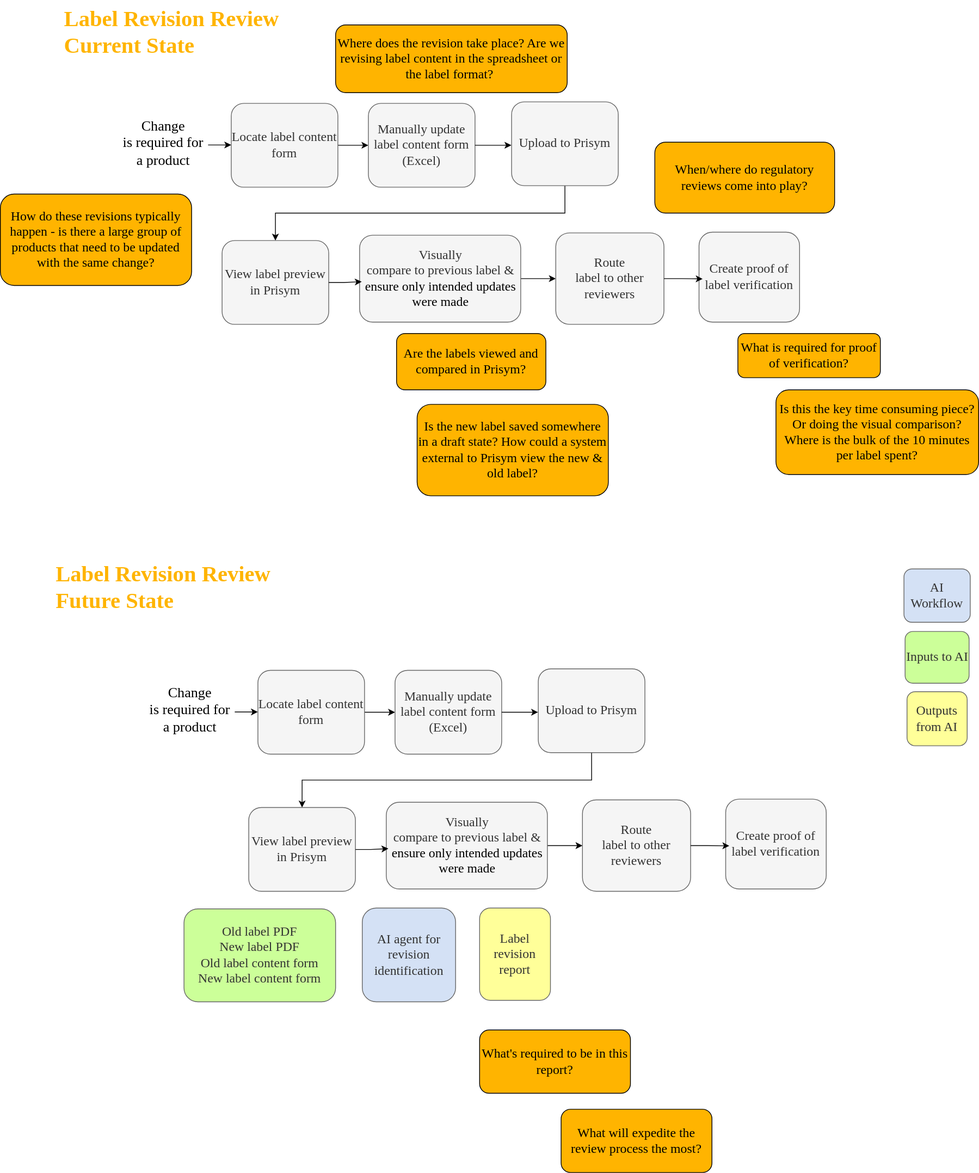
Before: raw/Ortho Labeling Workflows.drawio.svg, a diagram exported from draw.io (keewonhong-slalom/StrykerFDE-Ortho). Source tidied: cells renumbered, new cells last; positions are measured from the earlier drawing's top-left corner, leaving out a move shared by most shapes.
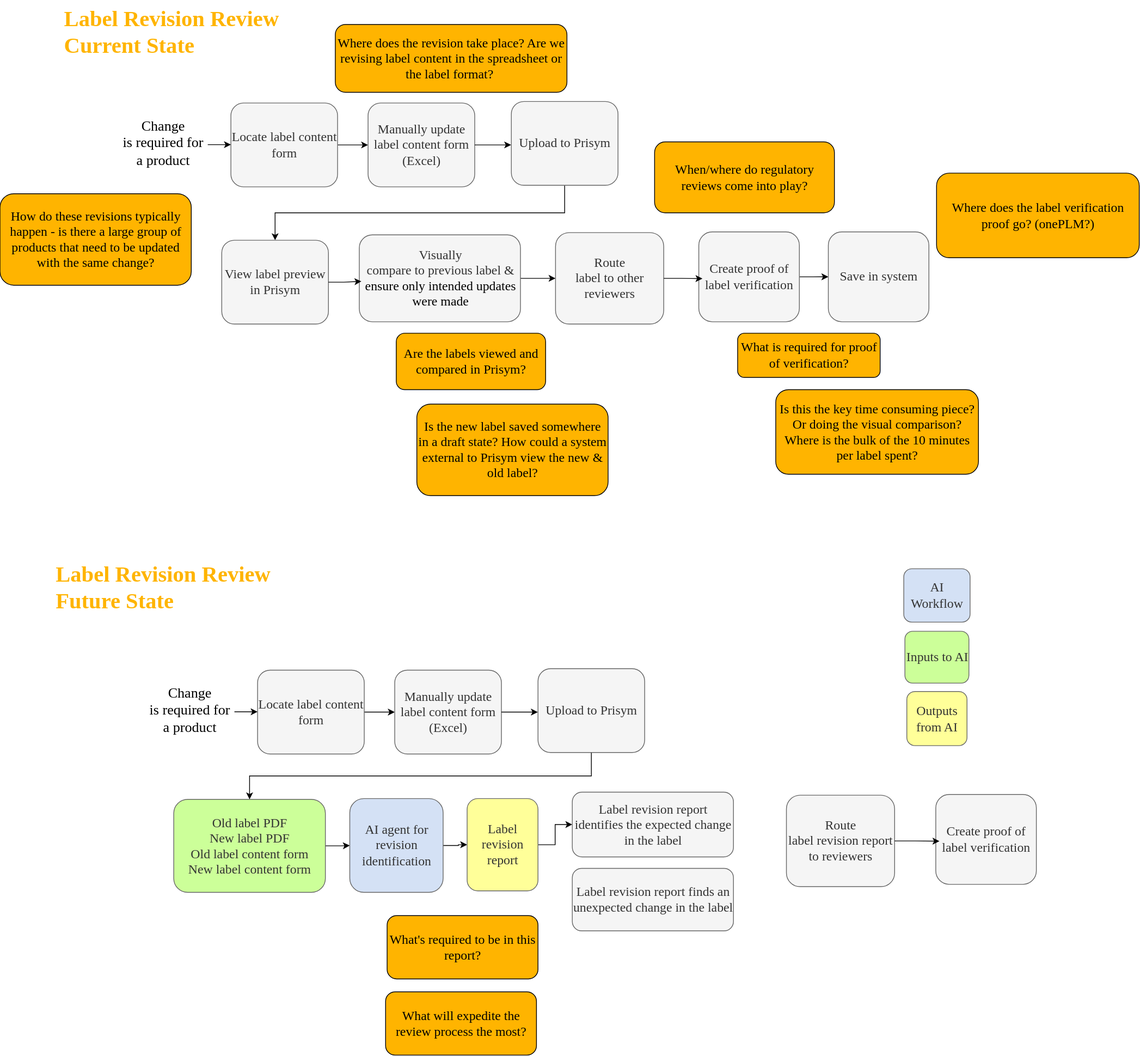
Above is the later version.

Commit message:
vault backup: 2026-04-28 15:58:25

Affected files:
raw/Ortho Labeling Workflows.drawio.svg

What changed in the source:
```diff
@@ -32,6 +32,9 @@
     <mxCell id="11" value="&lt;p style=&quot;margin-top: 0pt; margin-bottom: 0pt; direction: ltr; unicode-bidi: embed; vertical-align: baseline;&quot;&gt;&lt;span style=&quot;font-family: Cambria;&quot;&gt;&lt;font&gt;Route&lt;br&gt;label to other reviewers&lt;/font&gt;&lt;/span&gt;&lt;/p&gt;" style="rounded=1;whiteSpace=wrap;html=1;fillColor=#f5f5f5;fontColor=#333333;strokeColor=#666666;fontFamily=cambria;fontSize=17;" parent="1" vertex="1">
       <mxGeometry x="729" y="305" width="142" height="120" as="geometry" />
     </mxCell>
+    <mxCell id="49" style="edgeStyle=orthogonalEdgeStyle;rounded=0;jettySize=auto;html=1;entryX=0;entryY=0.5;entryDx=0;entryDy=0;" parent="1" edge="1" source="12" target="53">
+      <mxGeometry relative="1" as="geometry" />
+    </mxCell>
     <mxCell id="12" value="&lt;p style=&quot;margin-top: 0pt; margin-bottom: 0pt; direction: ltr; unicode-bidi: embed; vertical-align: baseline;&quot;&gt;&lt;font face=&quot;Cambria&quot;&gt;Create proof of label verification&lt;/font&gt;&lt;/p&gt;" style="rounded=1;whiteSpace=wrap;html=1;fillColor=#f5f5f5;fontColor=#333333;strokeColor=#666666;fontFamily=cambria;fontSize=17;" parent="1" vertex="1">
       <mxGeometry x="917" y="304" width="132" height="118" as="geometry" />
     </mxCell>
@@ -83,33 +86,21 @@
     <mxCell id="28" value="Manually update label content form (Excel)" style="rounded=1;whiteSpace=wrap;html=1;fillColor=#f5f5f5;fontColor=#333333;strokeColor=#666666;fontFamily=cambria;fontSize=17;" parent="1" vertex="1">
       <mxGeometry x="518" y="879" width="140" height="110" as="geometry" />
     </mxCell>
-    <mxCell id="29" style="edgeStyle=orthogonalEdgeStyle;rounded=0;jettySize=auto;html=1;entryX=0.5;entryY=0;entryDx=0;entryDy=0;exitX=0.5;exitY=1;exitDx=0;exitDy=0;" parent="1" edge="1" source="30" target="31">
+    <mxCell id="29" style="edgeStyle=orthogonalEdgeStyle;rounded=0;jettySize=auto;html=1;entryX=0.5;entryY=0;entryDx=0;entryDy=0;exitX=0.5;exitY=1;exitDx=0;exitDy=0;" parent="1" edge="1" source="30" target="42">
       <mxGeometry relative="1" as="geometry" />
     </mxCell>
     <mxCell id="30" value="Upload to Prisym" style="rounded=1;whiteSpace=wrap;html=1;fillColor=#f5f5f5;fontColor=#333333;strokeColor=#666666;fontFamily=cambria;fontSize=17;" parent="1" vertex="1">
       <mxGeometry x="706" y="877" width="140" height="110" as="geometry" />
     </mxCell>
-    <mxCell id="31" value="View label preview in Prisym" style="rounded=1;whiteSpace=wrap;html=1;fillColor=#f5f5f5;fontColor=#333333;strokeColor=#666666;fontFamily=cambria;fontSize=17;" parent="1" vertex="1">
-      <mxGeometry x="326" y="1059" width="140" height="110" as="geometry" />
-    </mxCell>
-    <mxCell id="32" style="edgeStyle=orthogonalEdgeStyle;rounded=0;jettySize=auto;html=1;entryX=0;entryY=0.5;entryDx=0;entryDy=0;" parent="1" edge="1" source="33" target="34">
-      <mxGeometry relative="1" as="geometry" />
-    </mxCell>
-    <mxCell id="33" value="&lt;p style=&quot;margin-top: 0pt; margin-bottom: 0pt; direction: ltr; unicode-bidi: embed; vertical-align: baseline;&quot;&gt;&lt;font&gt;&lt;span style=&quot;font-family: Cambria;&quot;&gt;Visually&lt;br&gt;compare to previous label &amp;amp; &lt;/span&gt;&lt;span style=&quot;font-family: Cambria; color: black;&quot;&gt;ensure only intended updates were made&lt;/span&gt;&lt;/font&gt;&lt;/p&gt;" style="rounded=1;whiteSpace=wrap;html=1;fillColor=#f5f5f5;fontColor=#333333;strokeColor=#666666;fontFamily=cambria;fontSize=17;" parent="1" vertex="1">
-      <mxGeometry x="506.5" y="1052" width="211.5" height="114" as="geometry" />
-    </mxCell>
-    <mxCell id="34" value="&lt;p style=&quot;margin-top: 0pt; margin-bottom: 0pt; direction: ltr; unicode-bidi: embed; vertical-align: baseline;&quot;&gt;&lt;span style=&quot;font-family: Cambria;&quot;&gt;&lt;font&gt;Route&lt;br&gt;label to other reviewers&lt;/font&gt;&lt;/span&gt;&lt;/p&gt;" style="rounded=1;whiteSpace=wrap;html=1;fillColor=#f5f5f5;fontColor=#333333;strokeColor=#666666;fontFamily=cambria;fontSize=17;" parent="1" vertex="1">
-      <mxGeometry x="764" y="1049" width="142" height="120" as="geometry" />
+    <mxCell id="34" value="&lt;p style=&quot;margin-top: 0pt; margin-bottom: 0pt; direction: ltr; unicode-bidi: embed; vertical-align: baseline;&quot;&gt;&lt;span style=&quot;font-family: Cambria;&quot;&gt;&lt;font&gt;Route&lt;br&gt;label revision report to reviewers&lt;/font&gt;&lt;/span&gt;&lt;/p&gt;" style="rounded=1;whiteSpace=wrap;html=1;fillColor=#f5f5f5;fontColor=#333333;strokeColor=#666666;fontFamily=cambria;fontSize=17;" parent="1" vertex="1">
+      <mxGeometry x="1032" y="1043" width="142" height="120" as="geometry" />
     </mxCell>
     <mxCell id="35" value="&lt;p style=&quot;margin-top: 0pt; margin-bottom: 0pt; direction: ltr; unicode-bidi: embed; vertical-align: baseline;&quot;&gt;&lt;font face=&quot;Cambria&quot;&gt;Create proof of label verification&lt;/font&gt;&lt;/p&gt;" style="rounded=1;whiteSpace=wrap;html=1;fillColor=#f5f5f5;fontColor=#333333;strokeColor=#666666;fontFamily=cambria;fontSize=17;" parent="1" vertex="1">
-      <mxGeometry x="952" y="1048" width="132" height="118" as="geometry" />
+      <mxGeometry x="1228" y="1042" width="132" height="118" as="geometry" />
     </mxCell>
     <mxCell id="36" style="edgeStyle=orthogonalEdgeStyle;rounded=0;jettySize=auto;html=1;entryX=-0.002;entryY=0.518;entryDx=0;entryDy=0;entryPerimeter=0;" parent="1" edge="1" source="28" target="30">
       <mxGeometry relative="1" as="geometry" />
     </mxCell>
-    <mxCell id="37" style="edgeStyle=orthogonalEdgeStyle;rounded=0;jettySize=auto;html=1;entryX=0.013;entryY=0.535;entryDx=0;entryDy=0;entryPerimeter=0;" parent="1" edge="1" source="31" target="33">
-      <mxGeometry relative="1" as="geometry" />
-    </mxCell>
     <mxCell id="38" style="edgeStyle=orthogonalEdgeStyle;rounded=0;jettySize=auto;html=1;entryX=0.036;entryY=0.52;entryDx=0;entryDy=0;entryPerimeter=0;" parent="1" edge="1" source="34" target="35">
       <mxGeometry relative="1" as="geometry" />
     </mxCell>
@@ -122,8 +113,11 @@
     <mxCell id="41" value="AI Workflow" style="rounded=1;whiteSpace=wrap;html=1;fillColor=#D4E1F5;fontColor=#333333;strokeColor=#666666;fontFamily=cambria;fontSize=17;" parent="1" vertex="1">
       <mxGeometry x="1186" y="746" width="87" height="70" as="geometry" />
     </mxCell>
+    <mxCell id="50" style="edgeStyle=orthogonalEdgeStyle;rounded=0;jettySize=auto;html=1;entryX=0;entryY=0.5;entryDx=0;entryDy=0;" parent="1" edge="1" source="42" target="45">
+      <mxGeometry relative="1" as="geometry" />
+    </mxCell>
     <mxCell id="42" value="Old label PDF&lt;br&gt;New label PDF&lt;div&gt;Old label content form&lt;/div&gt;&lt;div&gt;New label content form&lt;/div&gt;" style="rounded=1;whiteSpace=wrap;html=1;fillColor=#CCFF99;fontColor=#333333;strokeColor=#666666;fontFamily=cambria;fontSize=17;align=center;" parent="1" vertex="1">
-      <mxGeometry x="241" y="1192" width="199" height="122" as="geometry" />
+      <mxGeometry x="228" y="1048.5" width="199" height="122" as="geometry" />
     </mxCell>
     <mxCell id="43" value="Outputs from AI" style="rounded=1;whiteSpace=wrap;html=1;fillColor=#FFFF99;fontColor=#333333;strokeColor=#666666;fontFamily=cambria;fontSize=17;" parent="1" vertex="1">
       <mxGeometry x="1190" y="907" width="79" height="71" as="geometry" />
@@ -131,17 +125,35 @@
     <mxCell id="44" value="Inputs to AI" style="rounded=1;whiteSpace=wrap;html=1;fillColor=#CCFF99;fontColor=#333333;strokeColor=#666666;fontFamily=cambria;fontSize=17;" parent="1" vertex="1">
       <mxGeometry x="1187.5" y="828" width="84" height="68" as="geometry" />
     </mxCell>
+    <mxCell id="51" style="edgeStyle=orthogonalEdgeStyle;rounded=0;jettySize=auto;html=1;entryX=0;entryY=0.5;entryDx=0;entryDy=0;" parent="1" edge="1" source="45" target="46">
+      <mxGeometry relative="1" as="geometry" />
+    </mxCell>
     <mxCell id="45" value="AI agent for revision identification" style="rounded=1;whiteSpace=wrap;html=1;fillColor=#D4E1F5;fontColor=#333333;strokeColor=#666666;fontFamily=cambria;fontSize=17;" parent="1" vertex="1">
-      <mxGeometry x="475" y="1191" width="122.5" height="123" as="geometry" />
+      <mxGeometry x="459" y="1047.5" width="122.5" height="123" as="geometry" />
     </mxCell>
+    <mxCell id="52" style="edgeStyle=orthogonalEdgeStyle;rounded=0;jettySize=auto;html=1;entryX=0;entryY=0.5;entryDx=0;entryDy=0;" parent="1" edge="1" source="46" target="55">
+      <mxGeometry relative="1" as="geometry" />
+    </mxCell>
     <mxCell id="46" value="Label revision report" style="rounded=1;whiteSpace=wrap;html=1;fillColor=#FFFF99;fontColor=#333333;strokeColor=#666666;fontFamily=cambria;fontSize=17;" parent="1" vertex="1">
-      <mxGeometry x="629" y="1191" width="93" height="121" as="geometry" />
+      <mxGeometry x="613" y="1047.5" width="93" height="121" as="geometry" />
     </mxCell>
     <mxCell id="47" value="What's required to be in this report?" style="rounded=1;whiteSpace=wrap;html=1;labelBorderColor=none;labelBackgroundColor=none;fillColor=light-dark(#FFB400,#FFB400);gradientColor=none;fillStyle=solid;fontFamily=cambria;fontSize=17;" parent="1" vertex="1">
-      <mxGeometry x="629" y="1351" width="198" height="83" as="geometry" />
+      <mxGeometry x="508" y="1201" width="198" height="83" as="geometry" />
     </mxCell>
     <mxCell id="48" value="What will expedite the review process the most?" style="rounded=1;whiteSpace=wrap;html=1;labelBorderColor=none;labelBackgroundColor=none;fillColor=light-dark(#FFB400,#FFB400);gradientColor=none;fillStyle=solid;fontFamily=cambria;fontSize=17;" parent="1" vertex="1">
-      <mxGeometry x="736" y="1455" width="198" height="83" as="geometry" />
+      <mxGeometry x="506" y="1301" width="198" height="83" as="geometry" />
     </mxCell>
+    <mxCell id="53" value="&lt;p style=&quot;margin-top: 0pt; margin-bottom: 0pt; direction: ltr; unicode-bidi: embed; vertical-align: baseline;&quot;&gt;&lt;font face=&quot;Cambria&quot;&gt;Save in system&lt;/font&gt;&lt;/p&gt;" style="rounded=1;whiteSpace=wrap;html=1;fillColor=#f5f5f5;fontColor=#333333;strokeColor=#666666;fontFamily=cambria;fontSize=17;" parent="1" vertex="1">
+      <mxGeometry x="1087" y="304" width="132" height="118" as="geometry" />
+    </mxCell>
+    <mxCell id="54" value="Where does the label verification proof go? (onePLM?)" style="rounded=1;whiteSpace=wrap;html=1;labelBorderColor=none;labelBackgroundColor=none;fillColor=light-dark(#FFB400,#FFB400);gradientColor=none;fillStyle=solid;fontFamily=cambria;fontSize=17;" parent="1" vertex="1">
+      <mxGeometry x="1229" y="227" width="266" height="111" as="geometry" />
+    </mxCell>
+    <mxCell id="55" value="&lt;p style=&quot;margin-top: 0pt; margin-bottom: 0pt; direction: ltr; unicode-bidi: embed; vertical-align: baseline;&quot;&gt;&lt;font face=&quot;Cambria&quot;&gt;Label revision report identifies the expected change in the label&lt;/font&gt;&lt;/p&gt;" style="rounded=1;whiteSpace=wrap;html=1;fillColor=#f5f5f5;fontColor=#333333;strokeColor=#666666;fontFamily=cambria;fontSize=17;" parent="1" vertex="1">
+      <mxGeometry x="751" y="1039" width="211.5" height="85" as="geometry" />
+    </mxCell>
+    <mxCell id="56" value="&lt;p style=&quot;margin-top: 0pt; margin-bottom: 0pt; direction: ltr; unicode-bidi: embed; vertical-align: baseline;&quot;&gt;&lt;font face=&quot;Cambria&quot;&gt;Label revision report finds an unexpected change in the label&lt;/font&gt;&lt;/p&gt;" style="rounded=1;whiteSpace=wrap;html=1;fillColor=#f5f5f5;fontColor=#333333;strokeColor=#666666;fontFamily=cambria;fontSize=17;" parent="1" vertex="1">
+      <mxGeometry x="751" y="1139" width="211.5" height="82" as="geometry" />
+    </mxCell>
   </root>
 </mxGraphModel>
```
